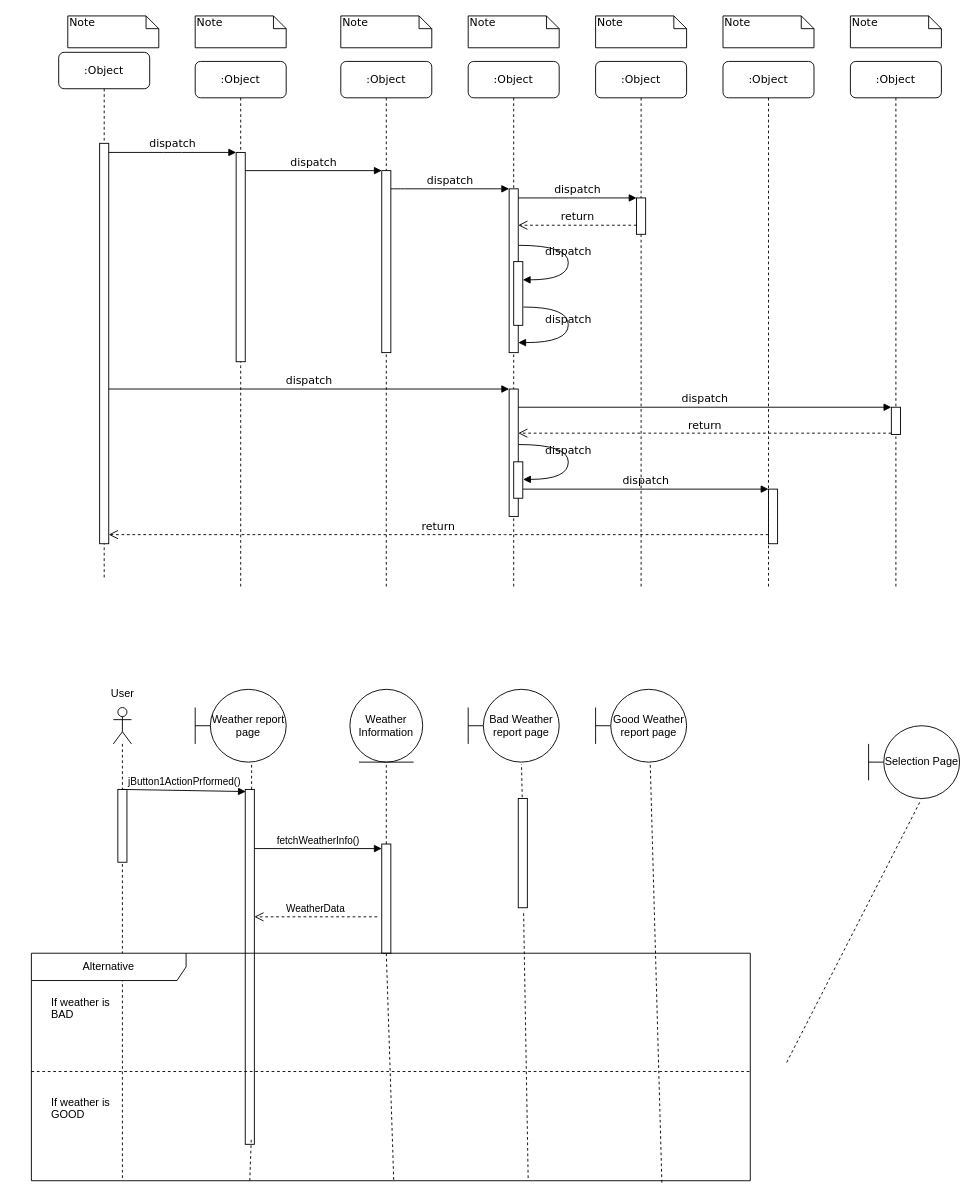
This is Delivarable3/SequenceDiagram/Untitled Diagram.drawio from TMCEID/SoftEngFishApp, a draw.io file, before an edit. Source tidied: cells renumbered, new cells numbered last; positions are measured from the earlier drawing's top-left corner, leaving out a move shared by most shapes. Both pictures are drawn from the tidied source at 91%, with x=0, y=0 at pixel (31, 15).
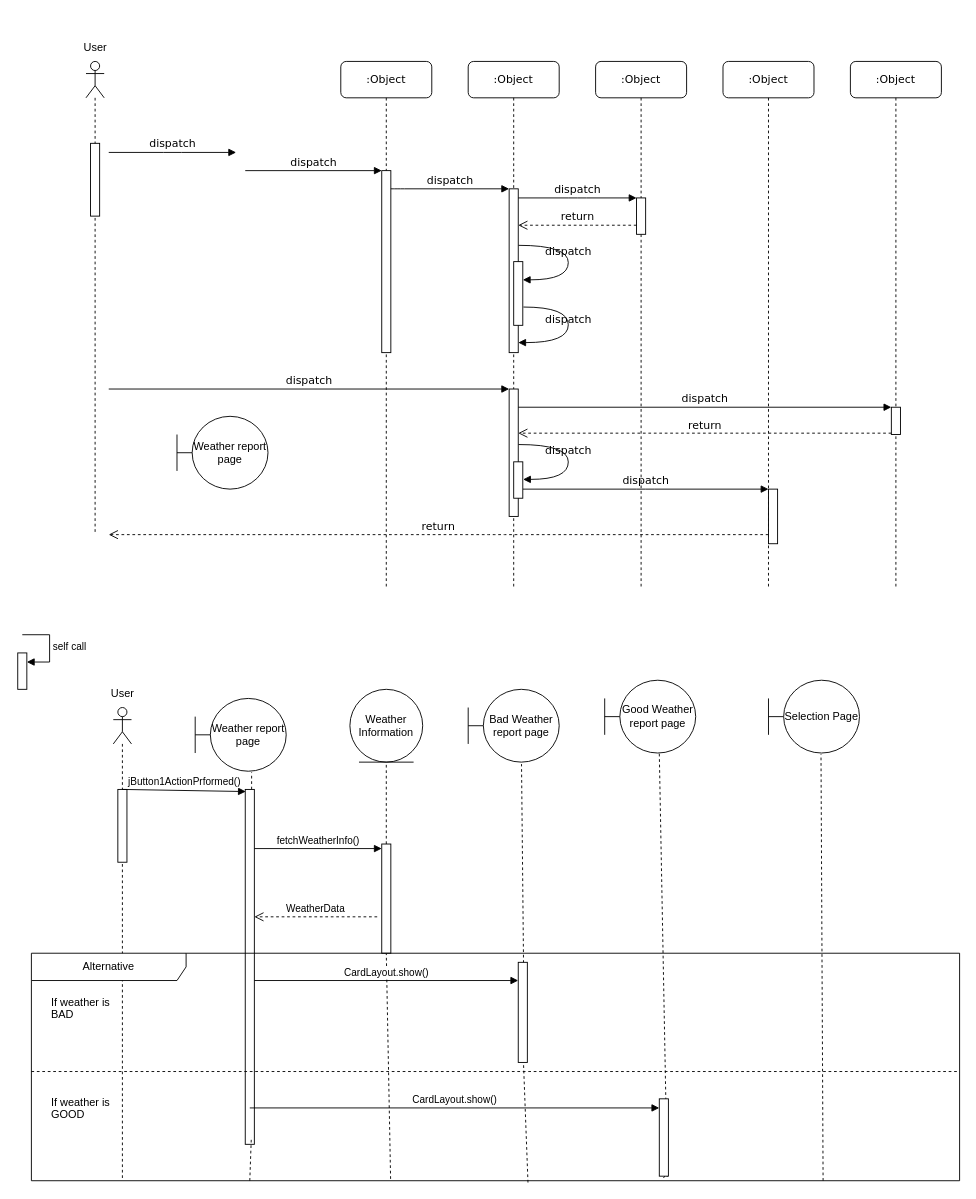
The same diagram, later.

The change refers to these unchanged cells:
```xml
<mxCell id="5" style="html=1;points=[];perimeter=orthogonalPerimeter;rounded=0;shadow=0;comic=0;labelBackgroundColor=none;strokeWidth=1;fontFamily=Verdana;fontSize=12;align=center;" parent="4" vertex="1">
  <mxGeometry x="45" y="120" width="10" height="200" as="geometry" />
</mxCell>
<mxCell id="17" style="html=1;points=[];perimeter=orthogonalPerimeter;rounded=0;shadow=0;comic=0;labelBackgroundColor=none;strokeWidth=1;fontFamily=Verdana;fontSize=12;align=center;" parent="1" vertex="1">
  <mxGeometry x="525" y="410" width="10" height="140" as="geometry" />
</mxCell>
<mxCell id="22" style="html=1;points=[];perimeter=orthogonalPerimeter;rounded=0;shadow=0;comic=0;labelBackgroundColor=none;strokeWidth=1;fontFamily=Verdana;fontSize=12;align=center;" parent="1" vertex="1">
  <mxGeometry x="810" y="520" width="10" height="60" as="geometry" />
</mxCell>
<mxCell id="51" style="html=1;points=[[0,0,0,0,5],[0,1,0,0,-5],[1,0,0,0,5],[1,1,0,0,-5]];perimeter=orthogonalPerimeter;outlineConnect=0;targetShapes=umlLifeline;portConstraint=eastwest;newEdgeStyle={&quot;curved&quot;:0,&quot;rounded&quot;:0};" parent="1" vertex="1">
  <mxGeometry x="235" y="850" width="10" height="390" as="geometry" />
</mxCell>
<mxCell id="55" style="html=1;points=[[0,0,0,0,5],[0,1,0,0,-5],[1,0,0,0,5],[1,1,0,0,-5]];perimeter=orthogonalPerimeter;outlineConnect=0;targetShapes=umlLifeline;portConstraint=eastwest;newEdgeStyle={&quot;curved&quot;:0,&quot;rounded&quot;:0};" parent="1" vertex="1">
  <mxGeometry x="385" y="910" width="10" height="120" as="geometry" />
</mxCell>
```

What changed in the source:
```diff
@@
-    <mxCell id="2" value=":Object" style="shape=umlLifeline;perimeter=lifelinePerimeter;whiteSpace=wrap;html=1;rounded=1;shadow=0;comic=0;labelBackgroundColor=none;strokeWidth=1;fontFamily=Verdana;fontSize=12;align=center;" parent="1" vertex="1">
-      <mxGeometry x="180" y="50" width="100" height="580" as="geometry" />
-    </mxCell>
-    <mxCell id="3" style="html=1;points=[];perimeter=orthogonalPerimeter;rounded=0;shadow=0;comic=0;labelBackgroundColor=none;strokeWidth=1;fontFamily=Verdana;fontSize=12;align=center;" parent="2" vertex="1">
-      <mxGeometry x="45" y="100" width="10" height="230" as="geometry" />
-    </mxCell>
@@
-    <mxCell id="10" value=":Object" style="shape=umlLifeline;perimeter=lifelinePerimeter;whiteSpace=wrap;html=1;rounded=1;shadow=0;comic=0;labelBackgroundColor=none;strokeWidth=1;fontFamily=Verdana;fontSize=12;align=center;" parent="1" vertex="1">
-      <mxGeometry x="30" y="40" width="100" height="580" as="geometry" />
-    </mxCell>
-    <mxCell id="11" style="html=1;points=[];perimeter=orthogonalPerimeter;rounded=0;shadow=0;comic=0;labelBackgroundColor=none;strokeWidth=1;fontFamily=Verdana;fontSize=12;align=center;" parent="10" vertex="1">
-      <mxGeometry x="45" y="100" width="10" height="440" as="geometry" />
-    </mxCell>
@@
-    <mxCell id="18" value="dispatch" style="html=1;verticalAlign=bottom;endArrow=block;entryX=0;entryY=0;labelBackgroundColor=none;fontFamily=Verdana;fontSize=12;" parent="1" edge="1" source="11" target="17">
-      <mxGeometry relative="1" as="geometry" />
+    <mxCell id="18" value="dispatch" style="html=1;verticalAlign=bottom;endArrow=block;entryX=0;entryY=0;labelBackgroundColor=none;fontFamily=Verdana;fontSize=12;" parent="1" edge="1" target="17">
+      <mxGeometry relative="1" as="geometry">
+        <mxPoint x="85" y="410" as="sourcePoint" />
+      </mxGeometry>
     </mxCell>
@@
-    <mxCell id="24" value="return" style="html=1;verticalAlign=bottom;endArrow=open;dashed=1;endSize=8;labelBackgroundColor=none;fontFamily=Verdana;fontSize=12;edgeStyle=elbowEdgeStyle;elbow=vertical;" parent="1" edge="1" source="22" target="11">
+    <mxCell id="24" value="return" style="html=1;verticalAlign=bottom;endArrow=open;dashed=1;endSize=8;labelBackgroundColor=none;fontFamily=Verdana;fontSize=12;edgeStyle=elbowEdgeStyle;elbow=vertical;" parent="1" edge="1" source="22">
       <mxGeometry relative="1" as="geometry">
+        <mxPoint x="85" y="570" as="targetPoint" />
         <Array as="points">
           <mxPoint x="510" y="570" />
         </Array>
       </mxGeometry>
     </mxCell>
-    <mxCell id="25" value="dispatch" style="html=1;verticalAlign=bottom;endArrow=block;entryX=0;entryY=0;labelBackgroundColor=none;fontFamily=Verdana;fontSize=12;edgeStyle=elbowEdgeStyle;elbow=vertical;" parent="1" edge="1" source="11" target="3">
-      <mxGeometry relative="1" as="geometry" />
+    <mxCell id="25" value="dispatch" style="html=1;verticalAlign=bottom;endArrow=block;entryX=0;entryY=0;labelBackgroundColor=none;fontFamily=Verdana;fontSize=12;edgeStyle=elbowEdgeStyle;elbow=vertical;" parent="1" edge="1">
+      <mxGeometry relative="1" as="geometry">
+        <mxPoint x="85" y="150" as="sourcePoint" />
+        <mxPoint x="225" y="150" as="targetPoint" />
+      </mxGeometry>
     </mxCell>
-    <mxCell id="26" value="dispatch" style="html=1;verticalAlign=bottom;endArrow=block;entryX=0;entryY=0;labelBackgroundColor=none;fontFamily=Verdana;fontSize=12;edgeStyle=elbowEdgeStyle;elbow=vertical;" parent="1" edge="1" source="3" target="5">
-      <mxGeometry relative="1" as="geometry" />
+    <mxCell id="26" value="dispatch" style="html=1;verticalAlign=bottom;endArrow=block;entryX=0;entryY=0;labelBackgroundColor=none;fontFamily=Verdana;fontSize=12;edgeStyle=elbowEdgeStyle;elbow=vertical;" parent="1" edge="1" target="5">
+      <mxGeometry relative="1" as="geometry">
+        <mxPoint x="235" y="170" as="sourcePoint" />
+      </mxGeometry>
     </mxCell>
@@
-    <mxCell id="32" value="Note" style="shape=note;whiteSpace=wrap;html=1;size=14;verticalAlign=top;align=left;spacingTop=-6;rounded=0;shadow=0;comic=0;labelBackgroundColor=none;strokeWidth=1;fontFamily=Verdana;fontSize=12;" parent="1" vertex="1">
-      <mxGeometry x="40" width="100" height="35" as="geometry" />
-    </mxCell>
-    <mxCell id="33" value="Note" style="shape=note;whiteSpace=wrap;html=1;size=14;verticalAlign=top;align=left;spacingTop=-6;rounded=0;shadow=0;comic=0;labelBackgroundColor=none;strokeWidth=1;fontFamily=Verdana;fontSize=12;" parent="1" vertex="1">
-      <mxGeometry x="180" width="100" height="35" as="geometry" />
-    </mxCell>
-    <mxCell id="34" value="Note" style="shape=note;whiteSpace=wrap;html=1;size=14;verticalAlign=top;align=left;spacingTop=-6;rounded=0;shadow=0;comic=0;labelBackgroundColor=none;strokeWidth=1;fontFamily=Verdana;fontSize=12;" parent="1" vertex="1">
-      <mxGeometry x="340" width="100" height="35" as="geometry" />
-    </mxCell>
-    <mxCell id="35" value="Note" style="shape=note;whiteSpace=wrap;html=1;size=14;verticalAlign=top;align=left;spacingTop=-6;rounded=0;shadow=0;comic=0;labelBackgroundColor=none;strokeWidth=1;fontFamily=Verdana;fontSize=12;" parent="1" vertex="1">
-      <mxGeometry x="480" width="100" height="35" as="geometry" />
-    </mxCell>
-    <mxCell id="36" value="Note" style="shape=note;whiteSpace=wrap;html=1;size=14;verticalAlign=top;align=left;spacingTop=-6;rounded=0;shadow=0;comic=0;labelBackgroundColor=none;strokeWidth=1;fontFamily=Verdana;fontSize=12;" parent="1" vertex="1">
-      <mxGeometry x="620" width="100" height="35" as="geometry" />
-    </mxCell>
-    <mxCell id="37" value="Note" style="shape=note;whiteSpace=wrap;html=1;size=14;verticalAlign=top;align=left;spacingTop=-6;rounded=0;shadow=0;comic=0;labelBackgroundColor=none;strokeWidth=1;fontFamily=Verdana;fontSize=12;" parent="1" vertex="1">
-      <mxGeometry x="760" width="100" height="35" as="geometry" />
-    </mxCell>
-    <mxCell id="38" value="Note" style="shape=note;whiteSpace=wrap;html=1;size=14;verticalAlign=top;align=left;spacingTop=-6;rounded=0;shadow=0;comic=0;labelBackgroundColor=none;strokeWidth=1;fontFamily=Verdana;fontSize=12;" parent="1" vertex="1">
-      <mxGeometry x="900" width="100" height="35" as="geometry" />
-    </mxCell>
     <mxCell id="39" value="Weather report page" style="shape=umlBoundary;whiteSpace=wrap;html=1;" parent="1" vertex="1">
-      <mxGeometry x="180" y="740" width="100" height="80" as="geometry" />
+      <mxGeometry x="180" y="750" width="100" height="80" as="geometry" />
     </mxCell>
@@
     <mxCell id="41" value="Good Weather report page" style="shape=umlBoundary;whiteSpace=wrap;html=1;" parent="1" vertex="1">
-      <mxGeometry x="620" y="740" width="100" height="80" as="geometry" />
+      <mxGeometry x="630" y="730" width="100" height="80" as="geometry" />
     </mxCell>
     <mxCell id="42" value="Selection Page" style="shape=umlBoundary;whiteSpace=wrap;html=1;" parent="1" vertex="1">
-      <mxGeometry x="920" y="780" width="100" height="80" as="geometry" />
+      <mxGeometry x="810" y="730" width="100" height="80" as="geometry" />
     </mxCell>
@@
     <mxCell id="48" style="html=1;verticalAlign=bottom;endArrow=none;dashed=1;labelBackgroundColor=none;fontFamily=Verdana;fontSize=12;elbow=vertical;startFill=0;entryX=0.577;entryY=1.016;entryDx=0;entryDy=0;entryPerimeter=0;" parent="1" edge="1" target="42">
       <mxGeometry relative="1" as="geometry">
-        <mxPoint x="830" y="1150" as="sourcePoint" />
+        <mxPoint x="870" y="1280" as="sourcePoint" />
       </mxGeometry>
     </mxCell>
-    <mxCell id="49" style="html=1;verticalAlign=bottom;endArrow=none;dashed=1;labelBackgroundColor=none;fontFamily=Verdana;fontSize=12;elbow=vertical;startFill=0;entryX=0.6;entryY=1;entryDx=0;entryDy=0;entryPerimeter=0;exitX=0.877;exitY=1.008;exitDx=0;exitDy=0;exitPerimeter=0;" parent="1" edge="1" source="58" target="41">
+    <mxCell id="49" style="html=1;verticalAlign=bottom;endArrow=none;dashed=1;labelBackgroundColor=none;fontFamily=Verdana;fontSize=12;elbow=vertical;startFill=0;entryX=0.6;entryY=1;entryDx=0;entryDy=0;entryPerimeter=0;exitX=0.877;exitY=1.008;exitDx=0;exitDy=0;exitPerimeter=0;" parent="1" edge="1" source="66" target="41">
       <mxGeometry relative="1" as="geometry" />
     </mxCell>
@@
-    <mxCell id="54" style="html=1;verticalAlign=bottom;endArrow=none;dashed=1;labelBackgroundColor=none;fontFamily=Verdana;fontSize=12;elbow=vertical;startFill=0;entryX=0.5;entryY=1;entryDx=0;entryDy=0;exitX=0.504;exitY=0.996;exitDx=0;exitDy=0;exitPerimeter=0;" parent="1" edge="1" source="58" target="55">
+    <mxCell id="54" style="html=1;verticalAlign=bottom;endArrow=none;dashed=1;labelBackgroundColor=none;fontFamily=Verdana;fontSize=12;elbow=vertical;startFill=0;entryX=0.5;entryY=1;entryDx=0;entryDy=0;exitX=0.387;exitY=0.992;exitDx=0;exitDy=0;exitPerimeter=0;" parent="1" edge="1" source="58" target="55">
       <mxGeometry relative="1" as="geometry" />
     </mxCell>
@@
     <mxCell id="57" value="WeatherData" style="html=1;verticalAlign=bottom;endArrow=open;dashed=1;endSize=8;curved=0;rounded=0;" parent="1" edge="1" target="51">
-      <mxGeometry relative="1" as="geometry">
+      <mxGeometry x="0.01" relative="1" as="geometry">
         <mxPoint x="380" y="990" as="sourcePoint" />
       </mxGeometry>
     </mxCell>
     <mxCell id="58" value="Alternative" style="shape=umlFrame;whiteSpace=wrap;html=1;width=170;" parent="1" vertex="1">
-      <mxGeometry y="1030" width="790" height="250" as="geometry" />
+      <mxGeometry y="1030" width="1020" height="250" as="geometry" />
     </mxCell>
@@
     <mxCell id="60" value="&lt;div&gt;If weather is &lt;br&gt;&lt;/div&gt;&lt;div&gt;GOOD&lt;/div&gt;" style="line;strokeWidth=1;dashed=1;labelPosition=center;verticalLabelPosition=bottom;align=left;verticalAlign=top;spacingLeft=20;spacingTop=15;html=1;whiteSpace=wrap;" parent="58" vertex="1">
-      <mxGeometry y="125" width="790" height="10" as="geometry" />
+      <mxGeometry y="125" width="1020" height="10" as="geometry" />
     </mxCell>
@@
+    <mxCell id="64" value="CardLayout.show()" style="html=1;verticalAlign=bottom;endArrow=block;curved=0;rounded=0;entryX=0;entryY=0.182;entryDx=0;entryDy=0;entryPerimeter=0;" parent="58" edge="1" target="63">
+      <mxGeometry relative="1" as="geometry">
+        <mxPoint x="245" y="30" as="sourcePoint" />
+      </mxGeometry>
+    </mxCell>
+    <mxCell id="65" value="CardLayout.show()" style="html=1;verticalAlign=bottom;endArrow=block;curved=0;rounded=0;" parent="58" edge="1" target="66">
+      <mxGeometry relative="1" as="geometry">
+        <mxPoint x="240" y="170" as="sourcePoint" />
+      </mxGeometry>
+    </mxCell>
+    <mxCell id="66" style="html=1;points=[[0,0,0,0,5],[0,1,0,0,-5],[1,0,0,0,5],[1,1,0,0,-5]];perimeter=orthogonalPerimeter;outlineConnect=0;targetShapes=umlLifeline;portConstraint=eastwest;newEdgeStyle={&quot;curved&quot;:0,&quot;rounded&quot;:0};" parent="58" vertex="1">
+      <mxGeometry x="690" y="160" width="10" height="85" as="geometry" />
+    </mxCell>
+    <mxCell id="67" style="html=1;verticalAlign=bottom;endArrow=none;dashed=1;labelBackgroundColor=none;fontFamily=Verdana;fontSize=12;elbow=vertical;startFill=0;entryX=0.6;entryY=1;entryDx=0;entryDy=0;entryPerimeter=0;exitX=0.681;exitY=0.988;exitDx=0;exitDy=0;exitPerimeter=0;" parent="58" edge="1" source="58" target="66">
+      <mxGeometry relative="1" as="geometry" />
+    </mxCell>
-    <mxCell id="62" style="html=1;verticalAlign=bottom;endArrow=none;dashed=1;labelBackgroundColor=none;fontFamily=Verdana;fontSize=12;elbow=vertical;startFill=0;entryX=0.586;entryY=1.027;entryDx=0;entryDy=0;entryPerimeter=0;exitX=0.691;exitY=0.988;exitDx=0;exitDy=0;exitPerimeter=0;" parent="1" edge="1" source="58" target="63">
+    <mxCell id="62" style="html=1;verticalAlign=bottom;endArrow=none;dashed=1;labelBackgroundColor=none;fontFamily=Verdana;fontSize=12;elbow=vertical;startFill=0;entryX=0.586;entryY=1.027;entryDx=0;entryDy=0;entryPerimeter=0;exitX=0.535;exitY=1.008;exitDx=0;exitDy=0;exitPerimeter=0;" parent="1" edge="1" source="58" target="63">
       <mxGeometry relative="1" as="geometry" />
     </mxCell>
     <mxCell id="63" style="html=1;points=[[0,0,0,0,5],[0,1,0,0,-5],[1,0,0,0,5],[1,1,0,0,-5]];perimeter=orthogonalPerimeter;outlineConnect=0;targetShapes=umlLifeline;portConstraint=eastwest;newEdgeStyle={&quot;curved&quot;:0,&quot;rounded&quot;:0};" parent="1" vertex="1">
-      <mxGeometry x="535" y="860" width="10" height="120" as="geometry" />
+      <mxGeometry x="535" y="1040" width="10" height="110" as="geometry" />
     </mxCell>
+    <mxCell id="68" style="shape=umlLifeline;perimeter=lifelinePerimeter;whiteSpace=wrap;html=1;newEdgeStyle={&quot;curved&quot;:0,&quot;rounded&quot;:0};participant=umlActor;" parent="1" vertex="1">
+      <mxGeometry x="60" y="50" width="20" height="520" as="geometry" />
+    </mxCell>
+    <mxCell id="69" style="html=1;perimeter=orthogonalPerimeter;targetShapes=umlLifeline;newEdgeStyle={&quot;curved&quot;:0,&quot;rounded&quot;:0};" parent="68" vertex="1">
+      <mxGeometry x="5" y="90" width="10" height="80" as="geometry" />
+    </mxCell>
+    <mxCell id="70" value="User" style="text;html=1;align=center;verticalAlign=middle;strokeColor=none;fillColor=none;" parent="1" vertex="1">
+      <mxGeometry x="45" y="20" width="50" height="30" as="geometry" />
+    </mxCell>
+    <mxCell id="71" value="Weather report page" style="shape=umlBoundary;whiteSpace=wrap;html=1;" parent="1" vertex="1">
+      <mxGeometry x="160" y="440" width="100" height="80" as="geometry" />
+    </mxCell>
+    <mxCell id="72" style="html=1;points=[[0,0,0,0,5],[0,1,0,0,-5],[1,0,0,0,5],[1,1,0,0,-5]];perimeter=orthogonalPerimeter;outlineConnect=0;targetShapes=umlLifeline;portConstraint=eastwest;newEdgeStyle={&quot;curved&quot;:0,&quot;rounded&quot;:0};" parent="1" vertex="1">
+      <mxGeometry x="-15" y="700" width="10" height="40" as="geometry" />
+    </mxCell>
+    <mxCell id="73" value="self call" style="html=1;align=left;spacingLeft=2;endArrow=block;rounded=0;edgeStyle=orthogonalEdgeStyle;curved=0;rounded=0;" parent="1" edge="1" target="72">
+      <mxGeometry relative="1" as="geometry">
+        <mxPoint x="-10" y="680" as="sourcePoint" />
+        <Array as="points">
+          <mxPoint x="20" y="710" />
+        </Array>
+      </mxGeometry>
+    </mxCell>
```
